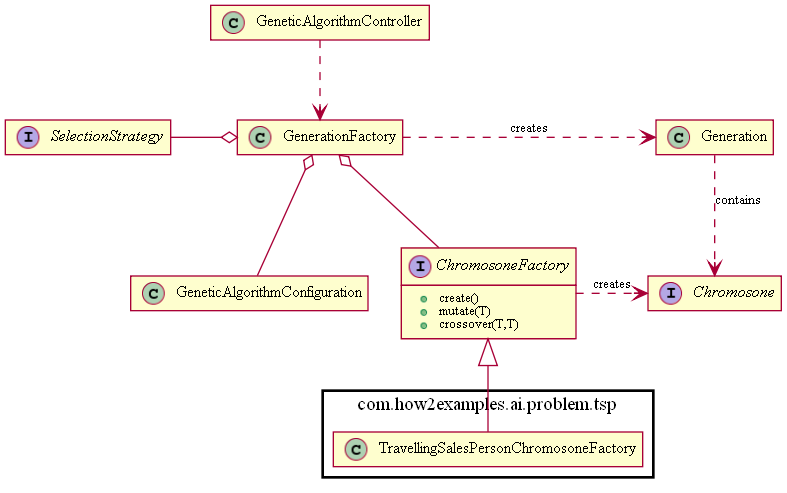
Earlier version of the PlantUML export src/main/java/com/how2examples/ai/ga/doc-files/GeneticAlgorithm.png (s-webber/java-ai-techniques). Its diagram source:
```plantuml
@startuml GeneticAlgorithm.png
hide members

class GeneticAlgorithmController

class GenerationFactory

class Generation

interface ChromosoneFactory {
+create()
+mutate(T)
+crossover(T,T)
}

interface SelectionStrategy

interface Chromosone

class GeneticAlgorithmConfiguration

GeneticAlgorithmController ..> GenerationFactory

GenerationFactory .> Generation : creates

ChromosoneFactory .> Chromosone : creates

Generation ..> Chromosone : contains

GenerationFactory o-- ChromosoneFactory
SelectionStrategy -o GenerationFactory
GenerationFactory o-- GeneticAlgorithmConfiguration

namespace com.how2examples.ai.problem.tsp {
.ChromosoneFactory <|-- TravellingSalesPersonChromosoneFactory
}

show ChromosoneFactory method

@enduml
```
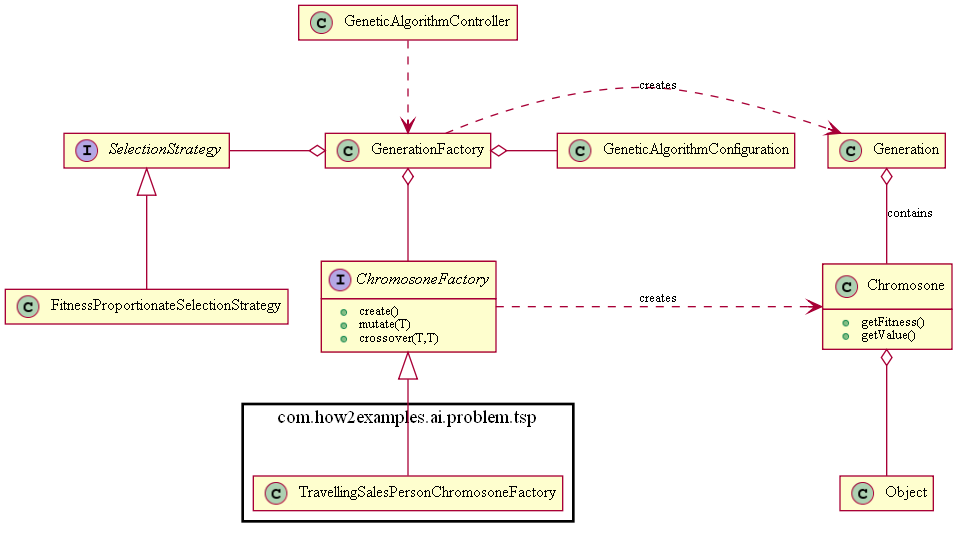
After the change.

Diff of the diagram source:
```diff
@@ -15,7 +15,16 @@
 
 interface SelectionStrategy
 
-interface Chromosone
+class FitnessProportionateSelectionStrategy
+
+class Chromosone {
++getFitness()
++getValue()
+}
+
+class Object
+
+.Chromosone o-- Object
 
 class GeneticAlgorithmConfiguration
 
@@ -25,16 +34,19 @@
 
 ChromosoneFactory .> Chromosone : creates
 
-Generation ..> Chromosone : contains
+Generation o-- Chromosone : contains
 
 GenerationFactory o-- ChromosoneFactory
-SelectionStrategy -o GenerationFactory
-GenerationFactory o-- GeneticAlgorithmConfiguration
+SelectionStrategy -left-o GenerationFactory
+GeneticAlgorithmConfiguration -right-o GenerationFactory
+
+.SelectionStrategy <|-- FitnessProportionateSelectionStrategy
 
 namespace com.how2examples.ai.problem.tsp {
 .ChromosoneFactory <|-- TravellingSalesPersonChromosoneFactory
 }
 
 show ChromosoneFactory method
+show Chromosone method
 
 @enduml
```
